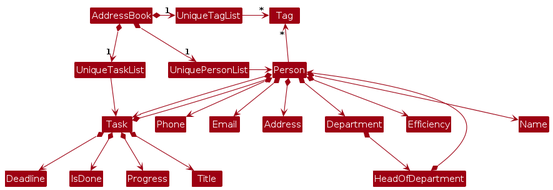
Before: diagrams/BetterModelClassDiagram.png, a diagram exported from PlantUML (AY2324S2-CS2103T-T14-1/tp). Its source is kept beside it as diagrams/BetterModelClassDiagram.puml.
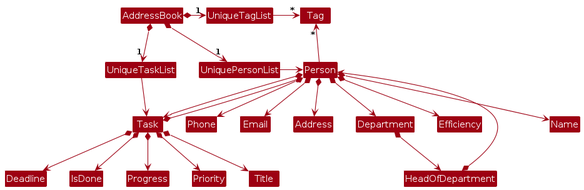
After the change.

The edit, as a diff of the source:
```diff
@@ -29,6 +29,7 @@
 Task *--> Person
 Task *--> IsDone
 Task *--> Progress
+Task *--> Priority
 
 Department *--> HeadOfDepartment
 
```
